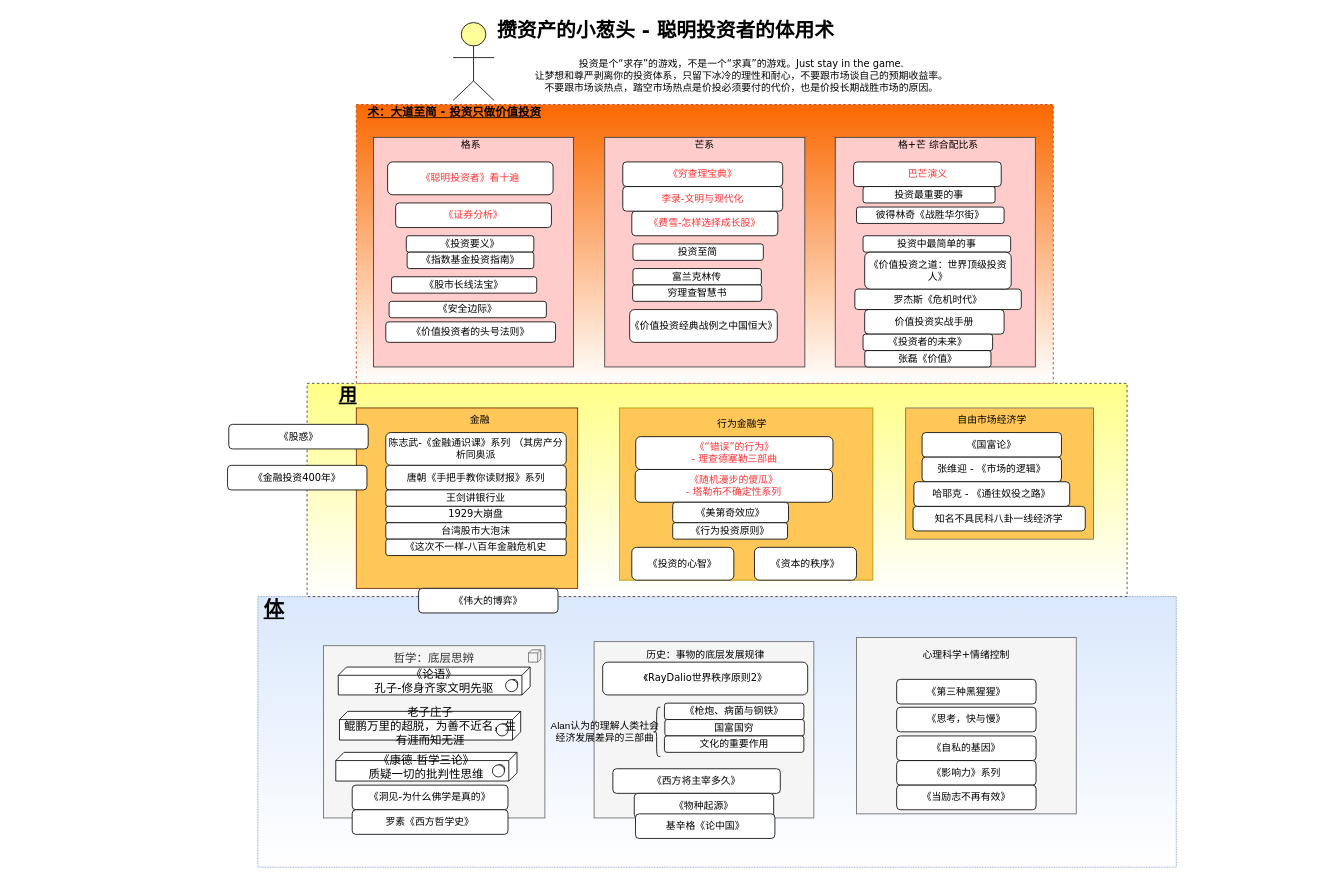
Earlier version of the draw.io diagram investor_books.drawio (eastlakeside/smart-investor). Source tidied: cells renumbered, new cells numbered last; positions are measured from the earlier drawing's top-left corner, leaving out a move shared by most shapes. Both pictures are drawn from the tidied source at 82%, with x=0, y=0 at pixel (13, 14).
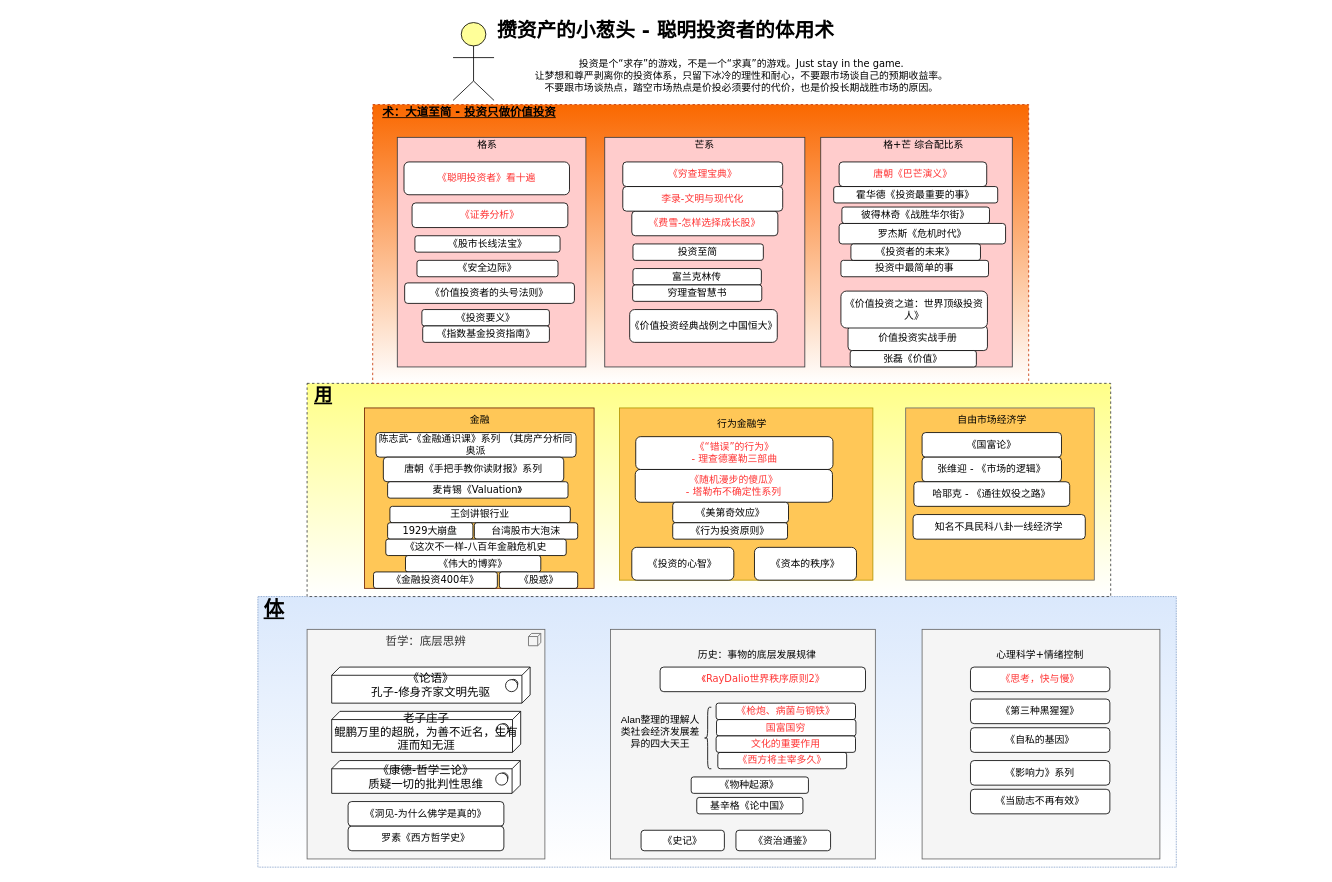
The same diagram, later.

What changed in the source:
```diff
@@
     <mxCell id="3" style="whiteSpace=wrap;html=1;strokeColor=#36393d;strokeWidth=1;fillColor=#ffff88;fontSize=14;gradientColor=#ffffff;fontFamily=Verdana;dashed=1;" parent="1" vertex="1">
-      <mxGeometry x="358" y="450" width="1000" height="260" as="geometry" />
+      <mxGeometry x="358" y="450" width="980" height="260" as="geometry" />
     </mxCell>
     <mxCell id="4" style="whiteSpace=wrap;html=1;strokeColor=#C73500;strokeWidth=1;fillColor=#fa6800;fontSize=14;fontColor=#000000;gradientColor=#ffffff;fontFamily=Verdana;dashed=1;" parent="1" vertex="1">
-      <mxGeometry x="418" y="110" width="850" height="340" as="geometry" />
+      <mxGeometry x="438" y="110" width="800" height="340" as="geometry" />
     </mxCell>
     <mxCell id="5" value="哲学：底层思辨" style="html=1;whiteSpace=wrap;fillColor=#f5f5f5;shape=mxgraph.archimate3.application;appType=node;archiType=square;fontSize=14;verticalAlign=top;fontColor=#333333;strokeColor=#666666;fontFamily=Verdana;" parent="1" vertex="1">
-      <mxGeometry x="378" y="770" width="270" height="210" as="geometry" />
+      <mxGeometry x="358" y="750" width="290" height="280" as="geometry" />
     </mxCell>
     <mxCell id="6" value="《论语》&lt;div&gt;孔子-修身齐家文明先驱&lt;/div&gt;" style="html=1;whiteSpace=wrap;shape=mxgraph.archimate3.tech;techType=sysSw;fontSize=14;fontFamily=Verdana;" parent="1" vertex="1">
-      <mxGeometry x="396" y="796" width="234" height="34" as="geometry" />
+      <mxGeometry x="388" y="796" width="242" height="44" as="geometry" />
     </mxCell>
     <mxCell id="7" value="《康德-哲学三论》&lt;br&gt;质疑一切的批判性思维" style="html=1;whiteSpace=wrap;shape=mxgraph.archimate3.tech;techType=sysSw;fontSize=14;fontFamily=Verdana;" parent="1" vertex="1">
-      <mxGeometry x="393" y="900" width="221" height="35" as="geometry" />
+      <mxGeometry x="388" y="910" width="230" height="40" as="geometry" />
     </mxCell>
@@
     <mxCell id="9" value="用" style="text;html=1;strokeColor=none;fillColor=none;align=center;verticalAlign=middle;whiteSpace=wrap;fontSize=22;fontStyle=5;fontFamily=Verdana;" parent="1" vertex="1">
-      <mxGeometry x="388" y="450" width="40" height="30" as="geometry" />
+      <mxGeometry x="358" y="450" width="40" height="30" as="geometry" />
     </mxCell>
     <mxCell id="10" value="术：大道至简 - 投资只做价值投资" style="text;html=1;strokeColor=none;fillColor=none;align=center;verticalAlign=middle;whiteSpace=wrap;fontSize=14;fontStyle=5;fontFamily=Verdana;" parent="1" vertex="1">
-      <mxGeometry x="418" y="110" width="240" height="20" as="geometry" />
+      <mxGeometry x="436.2" y="110" width="240" height="20" as="geometry" />
     </mxCell>
@@
     <mxCell id="13" style="rounded=0;whiteSpace=wrap;html=1;fillColor=#f5f5f5;strokeColor=#666666;fontColor=#333333;fontFamily=Verdana;" parent="1" vertex="1">
-      <mxGeometry x="708" y="765" width="268" height="215" as="geometry" />
+      <mxGeometry x="728" y="750" width="323" height="280" as="geometry" />
     </mxCell>
     <mxCell id="14" value="历史：事物的底层发展规律" style="text;html=1;strokeColor=none;fillColor=none;align=center;verticalAlign=middle;whiteSpace=wrap;rounded=0;fontFamily=Verdana;" parent="1" vertex="1">
-      <mxGeometry x="744.1" y="768" width="199.8" height="28" as="geometry" />
+      <mxGeometry x="807.1" y="768" width="199.8" height="28" as="geometry" />
     </mxCell>
-    <mxCell id="15" value="《枪炮、病菌与钢铁》" style="rounded=1;whiteSpace=wrap;html=1;fontFamily=Verdana;" parent="1" vertex="1">
-      <mxGeometry x="793.8" y="840" width="170" height="20" as="geometry" />
+    <mxCell id="15" value="《枪炮、病菌与钢铁》" style="rounded=1;whiteSpace=wrap;html=1;fontFamily=Verdana;fontColor=#FF3333;" parent="1" vertex="1">
+      <mxGeometry x="856.8" y="840" width="170" height="20" as="geometry" />
     </mxCell>
-    <mxCell id="16" value="《西方将主宰多久》" style="rounded=1;whiteSpace=wrap;html=1;fontFamily=Verdana;" parent="1" vertex="1">
-      <mxGeometry x="730.9" y="920" width="204.2" height="30" as="geometry" />
+    <mxCell id="16" value="《西方将主宰多久》" style="rounded=1;whiteSpace=wrap;html=1;fontFamily=Verdana;fontColor=#FF3333;" parent="1" vertex="1">
+      <mxGeometry x="858.9" y="900" width="157.1" height="20" as="geometry" />
     </mxCell>
     <mxCell id="17" style="rounded=0;whiteSpace=wrap;html=1;fillColor=#FFC757;fontColor=#ffffff;strokeColor=#6D1F00;fontFamily=Verdana;" parent="1" vertex="1">
-      <mxGeometry x="418" y="480" width="270" height="220" as="geometry" />
+      <mxGeometry x="428" y="480" width="280" height="220" as="geometry" />
     </mxCell>
     <mxCell id="18" value="陈志武-《金融通识课》系列 （其房产分析同奥派" style="rounded=1;whiteSpace=wrap;html=1;fontFamily=Verdana;" parent="1" vertex="1">
-      <mxGeometry x="454" y="510" width="220" height="40" as="geometry" />
+      <mxGeometry x="442" y="510" width="244" height="30" as="geometry" />
     </mxCell>
@@
     <mxCell id="20" style="rounded=0;whiteSpace=wrap;html=1;fillColor=#f5f5f5;strokeColor=#666666;fontColor=#333333;fontFamily=Verdana;" parent="1" vertex="1">
-      <mxGeometry x="1028" y="760" width="268" height="215" as="geometry" />
+      <mxGeometry x="1108" y="750" width="290" height="280" as="geometry" />
     </mxCell>
     <mxCell id="21" value="心理科学+情绪控制" style="text;html=1;strokeColor=none;fillColor=none;align=center;verticalAlign=middle;whiteSpace=wrap;rounded=0;fontFamily=Verdana;" parent="1" vertex="1">
-      <mxGeometry x="1062.1" y="768" width="199.8" height="28" as="geometry" />
+      <mxGeometry x="1152.1" y="768" width="199.8" height="28" as="geometry" />
     </mxCell>
     <mxCell id="22" value="《物种起源》" style="rounded=1;whiteSpace=wrap;html=1;fontFamily=Verdana;" parent="1" vertex="1">
-      <mxGeometry x="757" y="950" width="170" height="30" as="geometry" />
+      <mxGeometry x="826.4" y="930" width="143" height="20" as="geometry" />
     </mxCell>
     <mxCell id="23" value="《第三种黑猩猩》" style="rounded=1;whiteSpace=wrap;html=1;fontFamily=Verdana;" parent="1" vertex="1">
-      <mxGeometry x="1077" y="811" width="170" height="30" as="geometry" />
+      <mxGeometry x="1167" y="835" width="170" height="30" as="geometry" />
     </mxCell>
     <mxCell id="24" value="《影响力》系列" style="rounded=1;whiteSpace=wrap;html=1;fontFamily=Verdana;" parent="1" vertex="1">
-      <mxGeometry x="1077" y="910" width="170" height="30" as="geometry" />
+      <mxGeometry x="1167" y="910" width="170" height="30" as="geometry" />
     </mxCell>
@@
     <mxCell id="29" style="rounded=0;whiteSpace=wrap;html=1;fillColor=#FFC757;strokeColor=#666666;fontColor=#333333;fontFamily=Verdana;" parent="1" vertex="1">
-      <mxGeometry x="1088" y="480" width="229" height="160" as="geometry" />
+      <mxGeometry x="1088" y="480" width="230" height="210" as="geometry" />
     </mxCell>
@@
     <mxCell id="33" value="知名不具民科八卦一线经济学" style="rounded=1;whiteSpace=wrap;html=1;gradientColor=#ffffff;fontFamily=Verdana;" parent="1" vertex="1">
-      <mxGeometry x="1097" y="600" width="210" height="30" as="geometry" />
+      <mxGeometry x="1097" y="610" width="210" height="30" as="geometry" />
     </mxCell>
@@
     <mxCell id="35" style="rounded=0;whiteSpace=wrap;html=1;fillColor=#ffcccc;strokeColor=#36393d;fontFamily=Verdana;" parent="1" vertex="1">
-      <mxGeometry x="439" y="150" width="244" height="280" as="geometry" />
+      <mxGeometry x="468" y="150" width="230" height="280" as="geometry" />
     </mxCell>
     <mxCell id="36" value="格系" style="text;html=1;strokeColor=none;fillColor=none;align=center;verticalAlign=middle;whiteSpace=wrap;rounded=0;fontFamily=Verdana;fontStyle=0;" parent="1" vertex="1">
-      <mxGeometry x="503" y="155" width="110" height="10" as="geometry" />
+      <mxGeometry x="523" y="155" width="110" height="10" as="geometry" />
     </mxCell>
@@
     <mxCell id="39" style="rounded=0;whiteSpace=wrap;html=1;fillColor=#ffcccc;strokeColor=#36393d;fontFamily=Verdana;" parent="1" vertex="1">
-      <mxGeometry x="1002.1" y="150" width="244" height="280" as="geometry" />
+      <mxGeometry x="984.4" y="150" width="233.6" height="280" as="geometry" />
     </mxCell>
     <mxCell id="40" value="格+芒 综合配比系" style="text;html=1;strokeColor=none;fillColor=none;align=center;verticalAlign=middle;whiteSpace=wrap;rounded=0;fontFamily=Verdana;" parent="1" vertex="1">
-      <mxGeometry x="1063" y="150" width="130" height="20" as="geometry" />
+      <mxGeometry x="1045.2" y="150" width="130" height="20" as="geometry" />
     </mxCell>
     <mxCell id="41" value="《证券分析》" style="rounded=1;whiteSpace=wrap;html=1;fontFamily=Verdana;fontColor=#FF3333;" parent="1" vertex="1">
-      <mxGeometry x="466" y="230" width="190" height="30" as="geometry" />
+      <mxGeometry x="486" y="230" width="190" height="30" as="geometry" />
     </mxCell>
     <mxCell id="42" value="《聪明投资者》看十遍" style="rounded=1;whiteSpace=wrap;html=1;fontFamily=Verdana;fontColor=#FF3333;" parent="1" vertex="1">
-      <mxGeometry x="456.2" y="180" width="201.8" height="40" as="geometry" />
+      <mxGeometry x="476.2" y="180" width="201.8" height="40" as="geometry" />
     </mxCell>
     <mxCell id="43" value="《投资要义》" style="rounded=1;whiteSpace=wrap;html=1;fontFamily=Verdana;" parent="1" vertex="1">
-      <mxGeometry x="479" y="270" width="155.5" height="20" as="geometry" />
+      <mxGeometry x="498" y="360" width="155.5" height="20" as="geometry" />
     </mxCell>
     <mxCell id="44" value="《股市长线法宝》" style="rounded=1;whiteSpace=wrap;html=1;fontFamily=Verdana;" parent="1" vertex="1">
-      <mxGeometry x="461" y="320" width="177" height="20" as="geometry" />
+      <mxGeometry x="489.5" y="270" width="177" height="20" as="geometry" />
     </mxCell>
     <mxCell id="45" value="唐朝《手把手教你读财报》系列" style="rounded=1;whiteSpace=wrap;html=1;fontFamily=Verdana;" parent="1" vertex="1">
-      <mxGeometry x="454" y="550" width="220" height="30" as="geometry" />
+      <mxGeometry x="451" y="540" width="220" height="30" as="geometry" />
     </mxCell>
@@
     <mxCell id="50" value="投资中最简单的事" style="rounded=1;whiteSpace=wrap;html=1;fontFamily=Verdana;" parent="1" vertex="1">
-      <mxGeometry x="1036" y="270" width="180" height="20" as="geometry" />
+      <mxGeometry x="1009" y="300" width="180" height="20" as="geometry" />
     </mxCell>
@@
-    <mxCell id="52" value="巴芒演义" style="rounded=1;whiteSpace=wrap;html=1;fontFamily=Verdana;fontColor=#FF3333;" parent="1" vertex="1">
-      <mxGeometry x="1024.5" y="180" width="180" height="30" as="geometry" />
+    <mxCell id="52" value="唐朝《巴芒演义》" style="rounded=1;whiteSpace=wrap;html=1;fontFamily=Verdana;fontColor=#FF3333;" parent="1" vertex="1">
+      <mxGeometry x="1006.8" y="180" width="180" height="30" as="geometry" />
     </mxCell>
     <mxCell id="53" value="价值投资实战手册" style="rounded=1;whiteSpace=wrap;html=1;fontFamily=Verdana;" parent="1" vertex="1">
-      <mxGeometry x="1038" y="360" width="170" height="30" as="geometry" />
+      <mxGeometry x="1017.7" y="380" width="170" height="30" as="geometry" />
     </mxCell>
     <mxCell id="54" value="罗杰斯《危机时代》" style="rounded=1;whiteSpace=wrap;html=1;fontFamily=Verdana;" parent="1" vertex="1">
-      <mxGeometry x="1026" y="335" width="203" height="25" as="geometry" />
+      <mxGeometry x="1006.8" y="255" width="203" height="25" as="geometry" />
     </mxCell>
@@
     <mxCell id="56" value="王剑讲银行业" style="rounded=1;whiteSpace=wrap;html=1;fontFamily=Verdana;" parent="1" vertex="1">
-      <mxGeometry x="454" y="580" width="220" height="20" as="geometry" />
+      <mxGeometry x="459" y="600" width="220" height="20" as="geometry" />
     </mxCell>
-    <mxCell id="57" value="《思考，快与慢》" style="rounded=1;whiteSpace=wrap;html=1;fontFamily=Verdana;" parent="1" vertex="1">
-      <mxGeometry x="1077" y="845" width="170" height="30" as="geometry" />
+    <mxCell id="57" value="《思考，快与慢》" style="rounded=1;whiteSpace=wrap;html=1;fontFamily=Verdana;fontColor=#FF3333;" parent="1" vertex="1">
+      <mxGeometry x="1167" y="796" width="170" height="30" as="geometry" />
     </mxCell>
     <mxCell id="58" value="《自私的基因》" style="rounded=1;whiteSpace=wrap;html=1;fontFamily=Verdana;" parent="1" vertex="1">
-      <mxGeometry x="1077" y="880" width="170" height="30" as="geometry" />
+      <mxGeometry x="1167" y="870" width="170" height="30" as="geometry" />
     </mxCell>
     <mxCell id="59" value="张磊《价值》" style="rounded=1;whiteSpace=wrap;html=1;fontFamily=Verdana;" parent="1" vertex="1">
-      <mxGeometry x="1038.1" y="410" width="153.9" height="20" as="geometry" />
+      <mxGeometry x="1020.3" y="410" width="153.9" height="20" as="geometry" />
     </mxCell>
-    <mxCell id="60" value="投资最重要的事" style="rounded=1;whiteSpace=wrap;html=1;fontFamily=Verdana;" parent="1" vertex="1">
-      <mxGeometry x="1036" y="210" width="161" height="20" as="geometry" />
+    <mxCell id="60" value="霍华德《投资最重要的事》" style="rounded=1;whiteSpace=wrap;html=1;fontFamily=Verdana;" parent="1" vertex="1">
+      <mxGeometry x="1000.2" y="210" width="200" height="20" as="geometry" />
     </mxCell>
     <mxCell id="61" value="《洞见-为什么佛学是真的》" style="rounded=1;whiteSpace=wrap;html=1;fontFamily=Verdana;" parent="1" vertex="1">
-      <mxGeometry x="413" y="940" width="190" height="30" as="geometry" />
+      <mxGeometry x="408" y="960" width="190" height="30" as="geometry" />
     </mxCell>
     <mxCell id="62" value="彼得林奇《战胜华尔街》" style="rounded=1;whiteSpace=wrap;html=1;fontFamily=Verdana;" parent="1" vertex="1">
-      <mxGeometry x="1028" y="235" width="180" height="20" as="geometry" />
+      <mxGeometry x="1010.2" y="235" width="180" height="20" as="geometry" />
     </mxCell>
     <mxCell id="63" value="1929大崩盘" style="rounded=1;whiteSpace=wrap;html=1;fontFamily=Verdana;" parent="1" vertex="1">
-      <mxGeometry x="454" y="600" width="220" height="20" as="geometry" />
+      <mxGeometry x="456.2" y="620" width="104" height="20" as="geometry" />
     </mxCell>
     <mxCell id="64" value="台湾股市大泡沫" style="rounded=1;whiteSpace=wrap;html=1;fontFamily=Verdana;" parent="1" vertex="1">
-      <mxGeometry x="454" y="620" width="220" height="20" as="geometry" />
+      <mxGeometry x="562" y="620" width="126" height="20" as="geometry" />
     </mxCell>
@@
-    <mxCell id="67" value="国富国穷" style="rounded=1;whiteSpace=wrap;html=1;gradientColor=#ffffff;fontFamily=Verdana;" parent="1" vertex="1">
-      <mxGeometry x="794.3" y="860" width="170" height="20" as="geometry" />
+    <mxCell id="67" value="国富国穷" style="rounded=1;whiteSpace=wrap;html=1;gradientColor=#ffffff;fontFamily=Verdana;fontColor=#FF3333;" parent="1" vertex="1">
+      <mxGeometry x="857.3" y="860" width="170" height="20" as="geometry" />
     </mxCell>
@@
     <mxCell id="69" value="老子庄子&lt;br&gt;鲲鹏万里的超脱，为善不近名，生有涯而知无涯" style="html=1;whiteSpace=wrap;shape=mxgraph.archimate3.tech;techType=sysSw;fontSize=14;fontFamily=Verdana;" parent="1" vertex="1">
-      <mxGeometry x="397.5" y="850" width="221" height="35" as="geometry" />
+      <mxGeometry x="388" y="850" width="230.5" height="50" as="geometry" />
     </mxCell>
-    <mxCell id="70" value="《RayDalio世界秩序原则2》" style="rounded=1;whiteSpace=wrap;html=1;fontFamily=Verdana;" parent="1" vertex="1">
-      <mxGeometry x="718.5" y="790" width="250" height="40" as="geometry" />
+    <mxCell id="70" value="《RayDalio世界秩序原则2》" style="rounded=1;whiteSpace=wrap;html=1;fontFamily=Verdana;fontColor=#FF3333;" parent="1" vertex="1">
+      <mxGeometry x="788.5" y="796" width="250.5" height="30" as="geometry" />
     </mxCell>
     <mxCell id="71" value="《指数基金投资指南》" style="rounded=1;whiteSpace=wrap;html=1;fontFamily=Verdana;" parent="1" vertex="1">
-      <mxGeometry x="480" y="290" width="154.5" height="20" as="geometry" />
+      <mxGeometry x="499" y="380" width="154.5" height="20" as="geometry" />
     </mxCell>
-    <mxCell id="72" value="文化的重要作用" style="rounded=1;whiteSpace=wrap;html=1;gradientColor=#ffffff;fontFamily=Verdana;" parent="1" vertex="1">
-      <mxGeometry x="793.8" y="880" width="170" height="20" as="geometry" />
+    <mxCell id="72" value="文化的重要作用" style="rounded=1;whiteSpace=wrap;html=1;gradientColor=#ffffff;fontFamily=Verdana;fontColor=#FF3333;" parent="1" vertex="1">
+      <mxGeometry x="856.8" y="880" width="170" height="20" as="geometry" />
     </mxCell>
     <mxCell id="73" style="shape=curlyBracket;whiteSpace=wrap;html=1;rounded=1;" parent="1" vertex="1">
-      <mxGeometry x="779.8" y="845" width="9" height="60" as="geometry" />
+      <mxGeometry x="842" y="845" width="9" height="75" as="geometry" />
     </mxCell>
-    <mxCell id="74" value="Alan认为的理解人类社会经济发展差异的三部曲" style="text;html=1;strokeColor=none;fillColor=none;align=center;verticalAlign=middle;whiteSpace=wrap;rounded=0;" parent="1" vertex="1">
-      <mxGeometry x="653.8" y="850" width="135" height="50" as="geometry" />
+    <mxCell id="74" value="Alan整理的理解人类社会经济发展差异的四大天王" style="text;html=1;strokeColor=none;fillColor=none;align=center;verticalAlign=middle;whiteSpace=wrap;rounded=0;" parent="1" vertex="1">
+      <mxGeometry x="737" y="830" width="104.2" height="90" as="geometry" />
     </mxCell>
     <mxCell id="75" value="《当励志不再有效》" style="rounded=1;whiteSpace=wrap;html=1;fontFamily=Verdana;" parent="1" vertex="1">
-      <mxGeometry x="1077" y="940" width="170" height="30" as="geometry" />
+      <mxGeometry x="1167" y="945" width="170" height="30" as="geometry" />
     </mxCell>
     <mxCell id="76" value="《伟大的博弈》" style="rounded=1;whiteSpace=wrap;html=1;gradientColor=#ffffff;fontFamily=Verdana;" parent="1" vertex="1">
-      <mxGeometry x="494" y="700" width="170" height="30" as="geometry" />
+      <mxGeometry x="478" y="660" width="165" height="20" as="geometry" />
     </mxCell>
     <mxCell id="77" value="基辛格《论中国》" style="rounded=1;whiteSpace=wrap;html=1;gradientColor=#ffffff;fontFamily=Verdana;" parent="1" vertex="1">
-      <mxGeometry x="758.5" y="975" width="170" height="30" as="geometry" />
+      <mxGeometry x="833.2" y="955" width="129.5" height="20" as="geometry" />
     </mxCell>
     <mxCell id="78" value="《安全边际》" style="rounded=1;whiteSpace=wrap;html=1;fontFamily=Verdana;" parent="1" vertex="1">
-      <mxGeometry x="458" y="350" width="191.8" height="20" as="geometry" />
+      <mxGeometry x="492" y="300" width="172" height="20" as="geometry" />
     </mxCell>
@@
     <mxCell id="80" value="《投资者的未来》" style="rounded=1;whiteSpace=wrap;html=1;gradientColor=#ffffff;fontFamily=Verdana;" parent="1" vertex="1">
-      <mxGeometry x="1036" y="390" width="158" height="20" as="geometry" />
+      <mxGeometry x="1021.2" y="280" width="158" height="20" as="geometry" />
     </mxCell>
@@
     <mxCell id="83" value="罗素《西方哲学史》" style="rounded=1;whiteSpace=wrap;html=1;fontFamily=Verdana;" parent="1" vertex="1">
-      <mxGeometry x="413" y="970" width="190" height="30" as="geometry" />
+      <mxGeometry x="408" y="990" width="190" height="30" as="geometry" />
     </mxCell>
     <mxCell id="84" value="&lt;span&gt;《价值投资者的头号法则》&lt;/span&gt;" style="rounded=1;whiteSpace=wrap;html=1;gradientColor=#ffffff;fontFamily=Verdana;" parent="1" vertex="1">
-      <mxGeometry x="454" y="375" width="207" height="25" as="geometry" />
+      <mxGeometry x="477" y="327.5" width="207" height="25" as="geometry" />
     </mxCell>
@@
     <mxCell id="86" value="&lt;span&gt;《价值投资之道：世界顶级投资人》&lt;/span&gt;" style="rounded=1;whiteSpace=wrap;html=1;gradientColor=#ffffff;fontFamily=Verdana;" parent="1" vertex="1">
-      <mxGeometry x="1038" y="290" width="178.7" height="45" as="geometry" />
+      <mxGeometry x="1009" y="337.5" width="178.7" height="45" as="geometry" />
     </mxCell>
     <mxCell id="87" value="《股惑》" style="rounded=1;whiteSpace=wrap;html=1;gradientColor=#ffffff;fontFamily=Verdana;" parent="1" vertex="1">
-      <mxGeometry x="262.5" y="500" width="170" height="30" as="geometry" />
+      <mxGeometry x="592.5" y="680" width="95.5" height="20" as="geometry" />
     </mxCell>
     <mxCell id="88" value="《金融投资400年》" style="rounded=1;whiteSpace=wrap;html=1;gradientColor=#ffffff;fontFamily=Verdana;" parent="1" vertex="1">
-      <mxGeometry x="261" y="550" width="170" height="30" as="geometry" />
+      <mxGeometry x="439" y="680" width="151" height="20" as="geometry" />
     </mxCell>
+    <mxCell id="89" value="《史记》" style="rounded=1;whiteSpace=wrap;html=1;gradientColor=#ffffff;fontFamily=Verdana;" parent="1" vertex="1">
+      <mxGeometry x="765.3" y="995" width="101.6" height="25" as="geometry" />
+    </mxCell>
+    <mxCell id="90" value="《资治通鉴》" style="rounded=1;whiteSpace=wrap;html=1;gradientColor=#ffffff;fontFamily=Verdana;" parent="1" vertex="1">
+      <mxGeometry x="881" y="995" width="115.4" height="25" as="geometry" />
+    </mxCell>
+    <mxCell id="91" value="麦肯锡《Valuation》" style="rounded=1;whiteSpace=wrap;html=1;fontFamily=Verdana;" parent="1" vertex="1">
+      <mxGeometry x="456.2" y="570" width="220" height="20" as="geometry" />
+    </mxCell>
```
